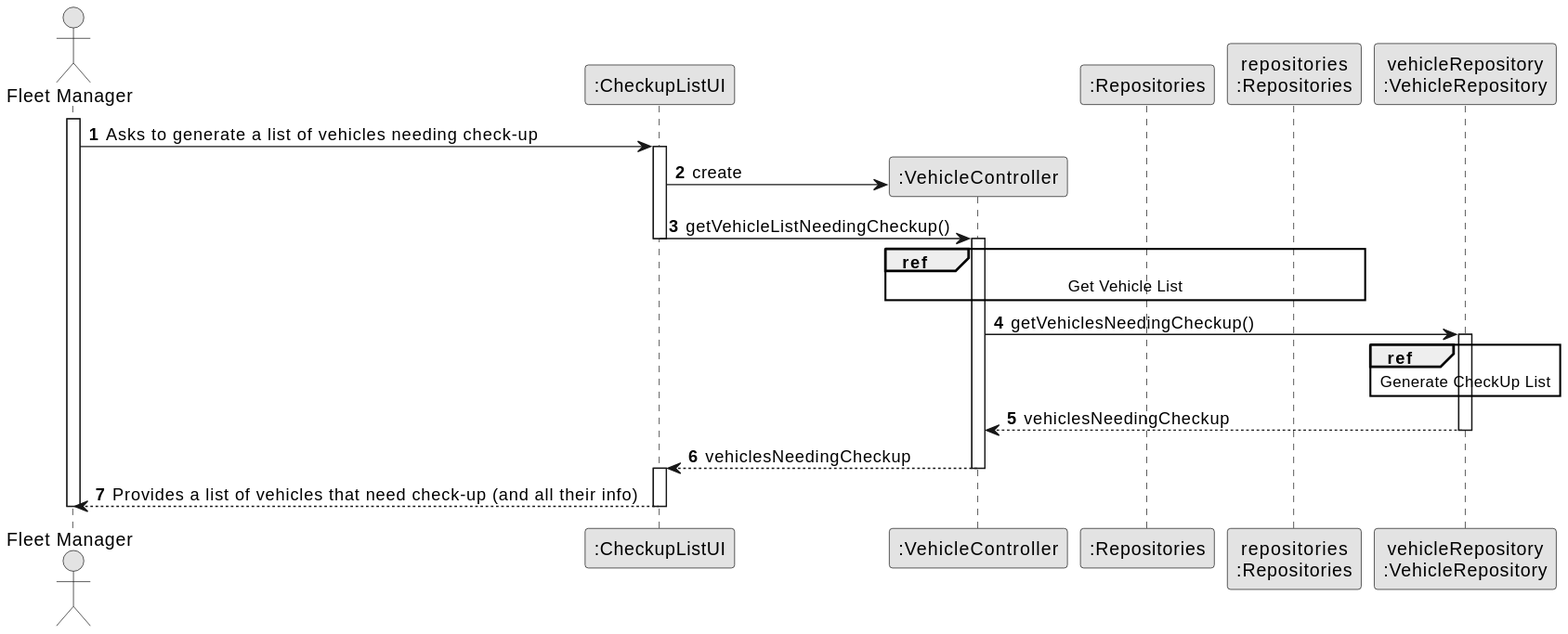
This is docs/sprintB/us008/03.design/svg/us008-sequence-diagram-split.svg from SAEmanuel/Green_Spaces_Management_ISEP, a PlantUML export, as it was before one commit.
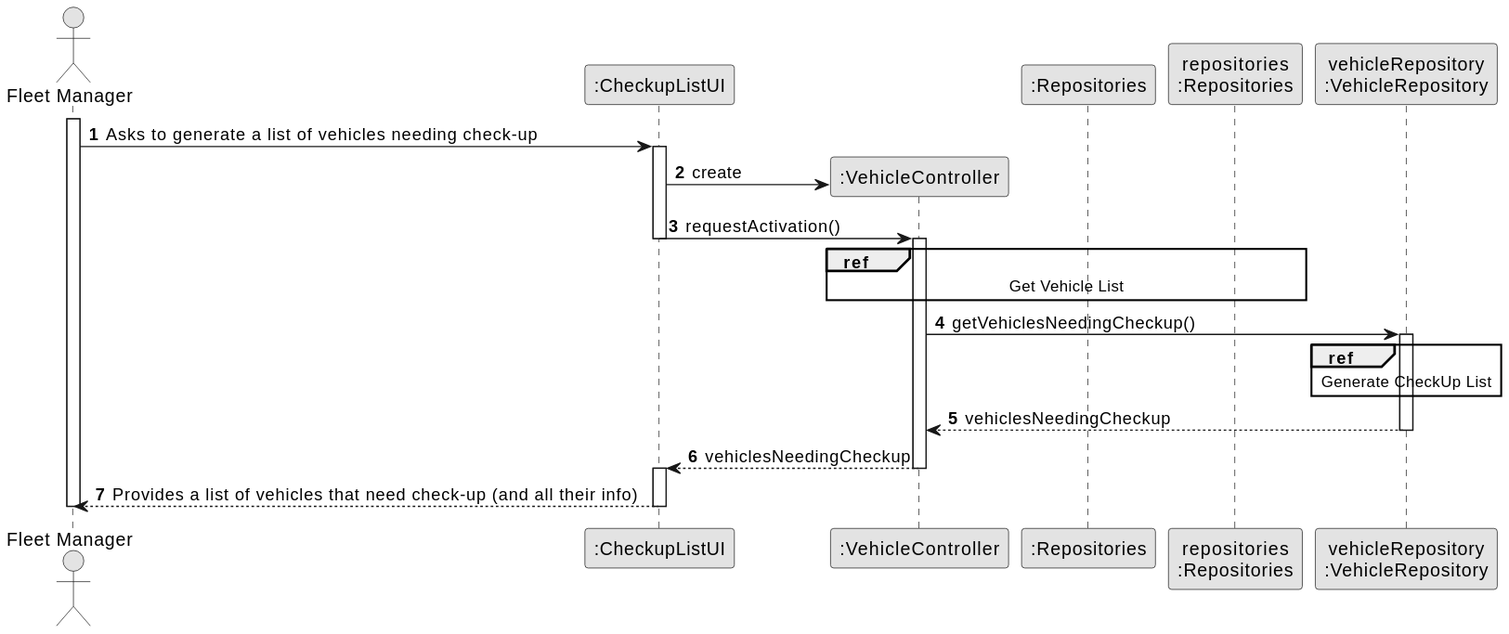
The same diagram one commit later.

Diff of the diagram source:
```diff
@@ -20,7 +20,7 @@
 
 UI -> CTRL** : create
 
-UI -> CTRL : getVehicleListNeedingCheckup()
+UI -> CTRL : requestActivation()
 
 deactivate UI
 
```
